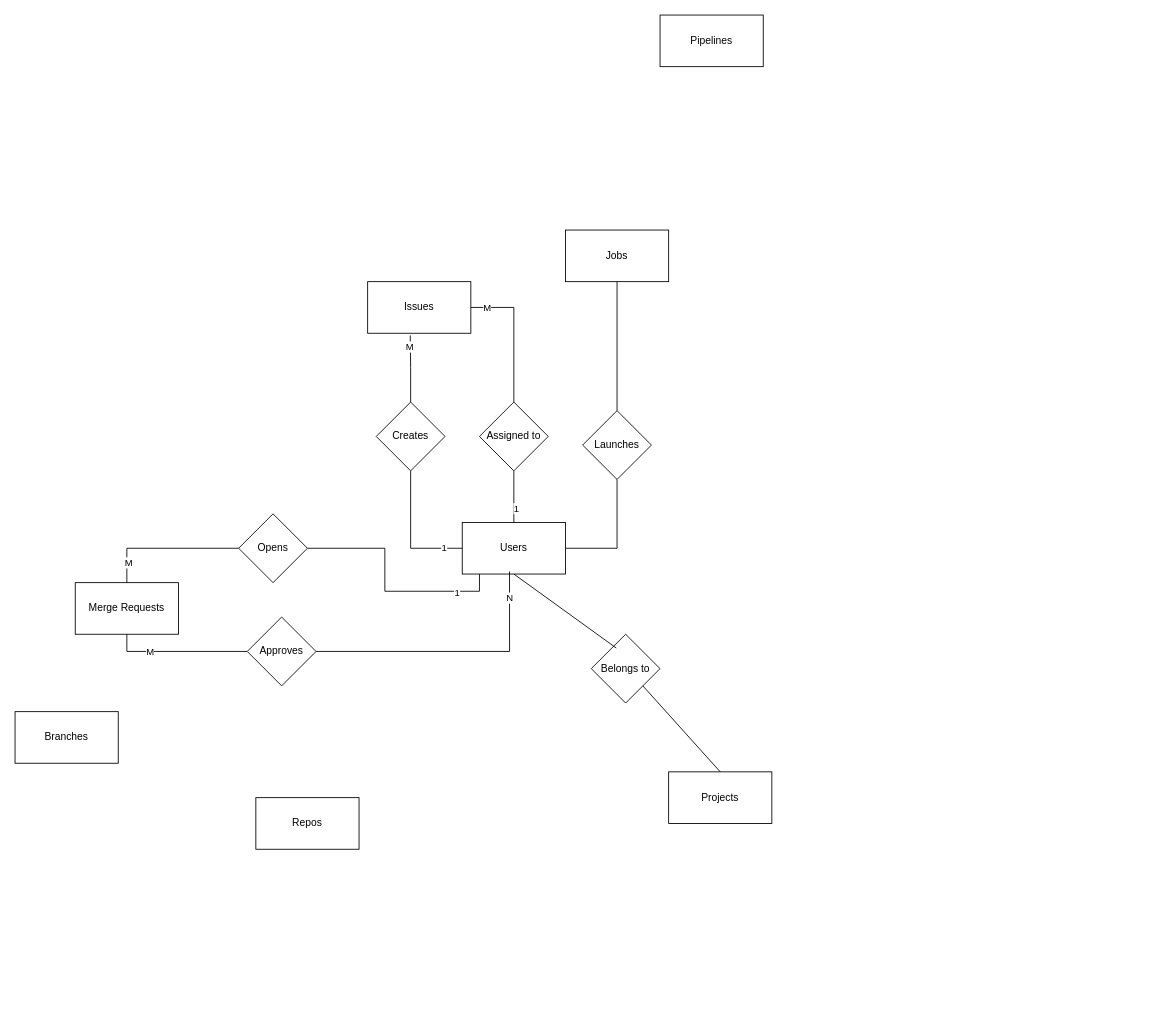
This is git_devops_er_diagram.drawio from briansterle/devops-platform-db, a draw.io file, before an edit. Source tidied: cells renumbered, new cells numbered last; positions are measured from the earlier drawing's top-left corner, leaving out a move shared by most shapes. Both pictures are drawn from the tidied source at 86%, with x=0, y=0 at pixel (15, 15).
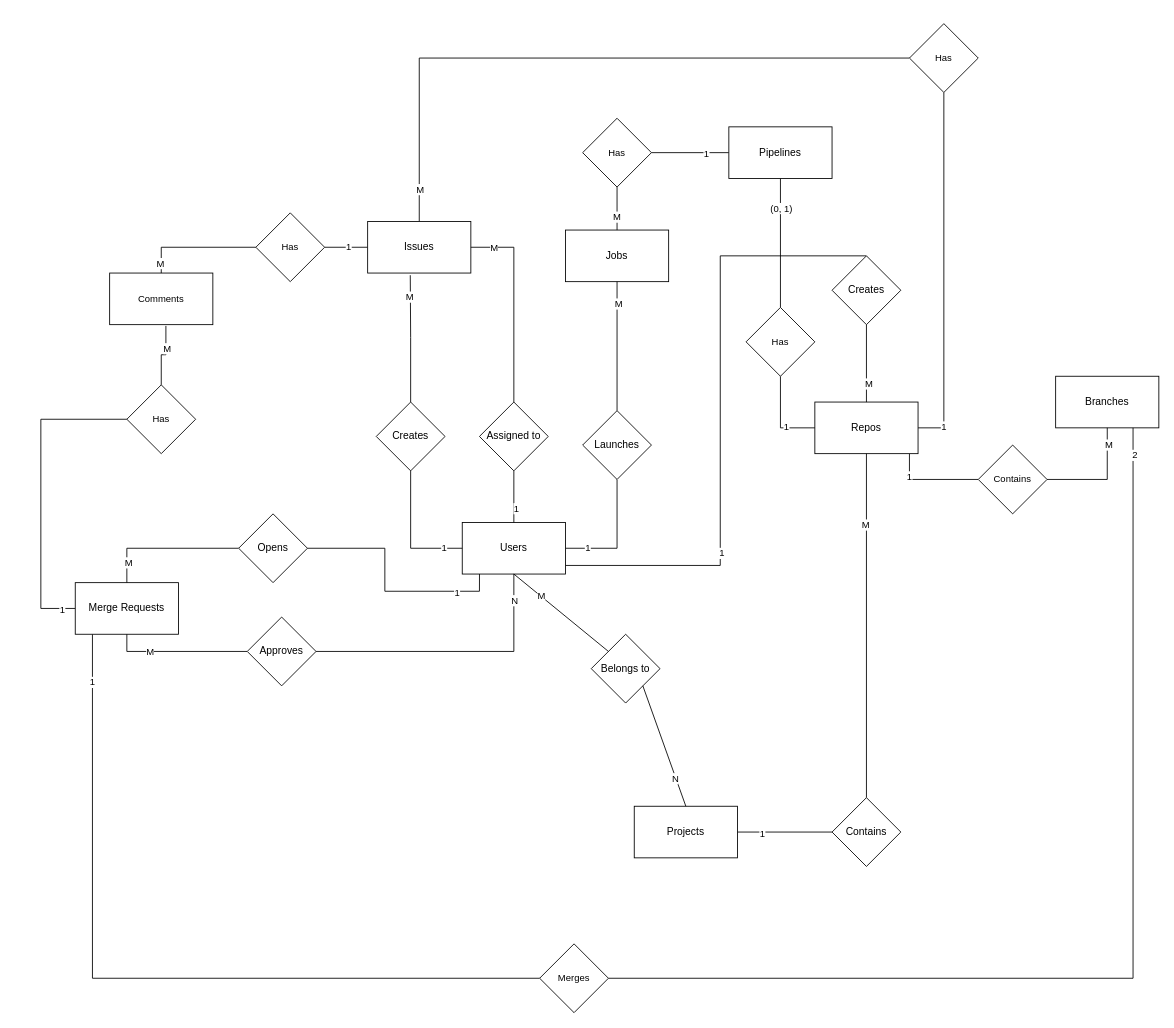
After the change.

Unchanged cells that the change refers to:
```xml
<mxCell id="2" style="edgeStyle=orthogonalEdgeStyle;shape=connector;rounded=0;jettySize=auto;html=1;entryX=0.5;entryY=1;entryDx=0;entryDy=0;strokeColor=default;align=center;verticalAlign=middle;fontFamily=Helvetica;fontSize=11;fontColor=default;labelBackgroundColor=default;endArrow=none;endFill=0;" parent="1" edge="1" source="3" target="15">
  <mxGeometry relative="1" as="geometry" />
</mxCell>
<mxCell id="3" value="Users" style="rounded=0;whiteSpace=wrap;html=1;" parent="1" vertex="1">
  <mxGeometry x="520" y="590" width="120" height="60" as="geometry" />
</mxCell>
<mxCell id="9" value="Merge Requests" style="rounded=0;whiteSpace=wrap;html=1;" parent="1" vertex="1">
  <mxGeometry x="70" y="660" width="120" height="60" as="geometry" />
</mxCell>
<mxCell id="10" value="Jobs" style="rounded=0;whiteSpace=wrap;html=1;" parent="1" vertex="1">
  <mxGeometry x="640" y="250" width="120" height="60" as="geometry" />
</mxCell>
<mxCell id="11" value="Belongs to" style="rhombus;whiteSpace=wrap;html=1;" parent="1" vertex="1">
  <mxGeometry x="670" y="720" width="80" height="80" as="geometry" />
</mxCell>
<mxCell id="13" style="endArrow=none;html=1;rounded=0;entryX=1;entryY=1;entryDx=0;entryDy=0;exitX=0.5;exitY=0;exitDx=0;exitDy=0;" parent="1" edge="1" source="7" target="11">
  <mxGeometry relative="1" as="geometry" />
</mxCell>
<mxCell id="14" style="edgeStyle=orthogonalEdgeStyle;shape=connector;rounded=0;jettySize=auto;html=1;entryX=0.5;entryY=1;entryDx=0;entryDy=0;strokeColor=default;align=center;verticalAlign=middle;fontFamily=Helvetica;fontSize=11;fontColor=default;labelBackgroundColor=default;endArrow=none;endFill=0;" parent="1" edge="1" source="15" target="10">
  <mxGeometry relative="1" as="geometry" />
</mxCell>
<mxCell id="27" value="Approves" style="rhombus;whiteSpace=wrap;html=1;" parent="1" vertex="1">
  <mxGeometry x="270" y="700" width="80" height="80" as="geometry" />
</mxCell>
```

Change to the diagram source:
```diff
@@
+    <mxCell id="36" value="1" style="edgeLabel;html=1;align=center;verticalAlign=middle;fontFamily=Helvetica;fontSize=11;fontColor=default;labelBackgroundColor=default;" parent="2" vertex="1">
+      <mxGeometry x="-0.64" y="1" relative="1" as="geometry" />
+    </mxCell>
+    <mxCell id="37" style="edgeStyle=orthogonalEdgeStyle;shape=connector;rounded=0;jettySize=auto;html=1;entryX=0.5;entryY=0;entryDx=0;entryDy=0;strokeColor=default;align=center;verticalAlign=middle;fontFamily=Helvetica;fontSize=11;fontColor=default;labelBackgroundColor=default;endArrow=none;endFill=0;" parent="1" edge="1" source="3" target="60">
+      <mxGeometry relative="1" as="geometry">
+        <Array as="points">
+          <mxPoint x="820" y="640" />
+        </Array>
+      </mxGeometry>
+    </mxCell>
+    <mxCell id="38" value="1" style="edgeLabel;html=1;align=center;verticalAlign=middle;fontFamily=Helvetica;fontSize=11;fontColor=default;labelBackgroundColor=default;" parent="37" vertex="1">
+      <mxGeometry x="-0.45" y="-1" relative="1" as="geometry" />
+    </mxCell>
@@
+    <mxCell id="39" style="edgeStyle=orthogonalEdgeStyle;shape=connector;rounded=0;jettySize=auto;html=1;entryX=0.5;entryY=1;entryDx=0;entryDy=0;strokeColor=default;align=center;verticalAlign=middle;fontFamily=Helvetica;fontSize=11;fontColor=default;labelBackgroundColor=default;endArrow=none;endFill=0;" parent="1" edge="1" source="4" target="66">
+      <mxGeometry relative="1" as="geometry">
+        <Array as="points">
+          <mxPoint x="1080" y="480" />
+        </Array>
+      </mxGeometry>
+    </mxCell>
+    <mxCell id="40" value="1" style="edgeLabel;html=1;align=center;verticalAlign=middle;fontFamily=Helvetica;fontSize=11;fontColor=default;labelBackgroundColor=default;" parent="39" vertex="1">
+      <mxGeometry x="-0.85" y="1" relative="1" as="geometry" />
+    </mxCell>
+    <mxCell id="41" style="edgeStyle=orthogonalEdgeStyle;shape=connector;rounded=0;jettySize=auto;html=1;entryX=0;entryY=0.5;entryDx=0;entryDy=0;strokeColor=default;align=center;verticalAlign=middle;fontFamily=Helvetica;fontSize=11;fontColor=default;labelBackgroundColor=default;endArrow=none;endFill=0;" parent="1" edge="1" source="4" target="75">
+      <mxGeometry relative="1" as="geometry">
+        <Array as="points">
+          <mxPoint x="1040" y="540" />
+        </Array>
+      </mxGeometry>
+    </mxCell>
+    <mxCell id="42" value="1" style="edgeLabel;html=1;align=center;verticalAlign=middle;fontFamily=Helvetica;fontSize=11;fontColor=default;labelBackgroundColor=default;" parent="41" vertex="1">
+      <mxGeometry x="-0.52" y="-1" relative="1" as="geometry" />
+    </mxCell>
     <mxCell id="4" value="Repos" style="rounded=0;whiteSpace=wrap;html=1;" parent="1" vertex="1">
-      <mxGeometry x="280" y="910" width="120" height="60" as="geometry" />
+      <mxGeometry x="930" y="450" width="120" height="60" as="geometry" />
     </mxCell>
+    <mxCell id="43" style="edgeStyle=orthogonalEdgeStyle;shape=connector;rounded=0;jettySize=auto;html=1;entryX=0;entryY=0.5;entryDx=0;entryDy=0;strokeColor=default;align=center;verticalAlign=middle;fontFamily=Helvetica;fontSize=11;fontColor=default;labelBackgroundColor=default;endArrow=none;endFill=0;" parent="1" edge="1" source="5" target="66">
+      <mxGeometry relative="1" as="geometry">
+        <Array as="points">
+          <mxPoint x="470" y="50" />
+        </Array>
+      </mxGeometry>
+    </mxCell>
+    <mxCell id="44" value="M" style="edgeLabel;html=1;align=center;verticalAlign=middle;fontFamily=Helvetica;fontSize=11;fontColor=default;labelBackgroundColor=default;" parent="43" vertex="1">
+      <mxGeometry x="-0.9" relative="1" as="geometry" />
+    </mxCell>
+    <mxCell id="45" style="edgeStyle=orthogonalEdgeStyle;shape=connector;rounded=0;jettySize=auto;html=1;entryX=1;entryY=0.5;entryDx=0;entryDy=0;strokeColor=default;align=center;verticalAlign=middle;fontFamily=Helvetica;fontSize=11;fontColor=default;labelBackgroundColor=default;endArrow=none;endFill=0;" parent="1" edge="1" source="5" target="79">
+      <mxGeometry relative="1" as="geometry" />
+    </mxCell>
+    <mxCell id="46" value="1" style="edgeLabel;html=1;align=center;verticalAlign=middle;fontFamily=Helvetica;fontSize=11;fontColor=default;labelBackgroundColor=default;" parent="45" vertex="1">
+      <mxGeometry x="-0.08" y="-1" relative="1" as="geometry" />
+    </mxCell>
     <mxCell id="5" value="Issues" style="rounded=0;whiteSpace=wrap;html=1;" parent="1" vertex="1">
-      <mxGeometry x="410" y="310" width="120" height="60" as="geometry" />
+      <mxGeometry x="410" y="240" width="120" height="60" as="geometry" />
     </mxCell>
+    <mxCell id="47" style="edgeStyle=orthogonalEdgeStyle;shape=connector;rounded=0;jettySize=auto;html=1;entryX=0.5;entryY=0;entryDx=0;entryDy=0;strokeColor=default;align=center;verticalAlign=middle;fontFamily=Helvetica;fontSize=11;fontColor=default;labelBackgroundColor=default;endArrow=none;endFill=0;" parent="1" edge="1" source="6" target="72">
+      <mxGeometry relative="1" as="geometry" />
+    </mxCell>
+    <mxCell id="48" value="(0, 1)" style="edgeLabel;html=1;align=center;verticalAlign=middle;fontFamily=Helvetica;fontSize=11;fontColor=default;labelBackgroundColor=default;" parent="47" vertex="1">
+      <mxGeometry x="-0.55" relative="1" as="geometry" />
+    </mxCell>
+    <mxCell id="49" style="edgeStyle=orthogonalEdgeStyle;shape=connector;rounded=0;jettySize=auto;html=1;entryX=1;entryY=0.5;entryDx=0;entryDy=0;strokeColor=default;align=center;verticalAlign=middle;fontFamily=Helvetica;fontSize=11;fontColor=default;labelBackgroundColor=default;endArrow=none;endFill=0;" parent="1" edge="1" source="6" target="69">
+      <mxGeometry relative="1" as="geometry" />
+    </mxCell>
+    <mxCell id="50" value="1" style="edgeLabel;html=1;align=center;verticalAlign=middle;fontFamily=Helvetica;fontSize=11;fontColor=default;labelBackgroundColor=default;" parent="49" vertex="1">
+      <mxGeometry x="-0.4" y="1" relative="1" as="geometry" />
+    </mxCell>
     <mxCell id="6" value="Pipelines" style="rounded=0;whiteSpace=wrap;html=1;" parent="1" vertex="1">
-      <mxGeometry x="750" width="120" height="60" as="geometry" />
+      <mxGeometry x="830" y="130" width="120" height="60" as="geometry" />
     </mxCell>
+    <mxCell id="51" style="edgeStyle=orthogonalEdgeStyle;shape=connector;rounded=0;jettySize=auto;html=1;entryX=0;entryY=0.5;entryDx=0;entryDy=0;strokeColor=default;align=center;verticalAlign=middle;fontFamily=Helvetica;fontSize=11;fontColor=default;labelBackgroundColor=default;endArrow=none;endFill=0;" parent="1" edge="1" source="7" target="63">
+      <mxGeometry relative="1" as="geometry" />
+    </mxCell>
+    <mxCell id="52" value="1" style="edgeLabel;html=1;align=center;verticalAlign=middle;fontFamily=Helvetica;fontSize=11;fontColor=default;labelBackgroundColor=default;" parent="51" vertex="1">
+      <mxGeometry x="-0.5" y="-1" relative="1" as="geometry" />
+    </mxCell>
     <mxCell id="7" value="Projects" style="rounded=0;whiteSpace=wrap;html=1;" parent="1" vertex="1">
-      <mxGeometry x="760" y="880" width="120" height="60" as="geometry" />
+      <mxGeometry x="720" y="920" width="120" height="60" as="geometry" />
     </mxCell>
     <mxCell id="8" value="Branches" style="rounded=0;whiteSpace=wrap;html=1;" parent="1" vertex="1">
-      <mxGeometry y="810" width="120" height="60" as="geometry" />
+      <mxGeometry x="1210" y="420" width="120" height="60" as="geometry" />
     </mxCell>
+    <mxCell id="53" style="edgeStyle=orthogonalEdgeStyle;shape=connector;rounded=0;jettySize=auto;html=1;entryX=0;entryY=0.5;entryDx=0;entryDy=0;strokeColor=default;align=center;verticalAlign=middle;fontFamily=Helvetica;fontSize=11;fontColor=default;labelBackgroundColor=default;endArrow=none;endFill=0;" parent="1" edge="1" source="9" target="80">
+      <mxGeometry relative="1" as="geometry">
+        <Array as="points">
+          <mxPoint x="30" y="690" />
+          <mxPoint x="30" y="470" />
+        </Array>
+      </mxGeometry>
+    </mxCell>
+    <mxCell id="54" value="1" style="edgeLabel;html=1;align=center;verticalAlign=middle;fontFamily=Helvetica;fontSize=11;fontColor=default;labelBackgroundColor=default;" parent="53" vertex="1">
+      <mxGeometry x="-0.91" y="1" relative="1" as="geometry" />
+    </mxCell>
+    <mxCell id="55" style="edgeStyle=orthogonalEdgeStyle;shape=connector;rounded=0;jettySize=auto;html=1;entryX=0;entryY=0.5;entryDx=0;entryDy=0;strokeColor=default;align=center;verticalAlign=middle;fontFamily=Helvetica;fontSize=11;fontColor=default;labelBackgroundColor=default;endArrow=none;endFill=0;" parent="1" edge="1" source="9" target="85">
+      <mxGeometry relative="1" as="geometry">
+        <Array as="points">
+          <mxPoint x="90" y="1120" />
+        </Array>
+      </mxGeometry>
+    </mxCell>
+    <mxCell id="56" value="1" style="edgeLabel;html=1;align=center;verticalAlign=middle;fontFamily=Helvetica;fontSize=11;fontColor=default;labelBackgroundColor=default;" parent="55" vertex="1">
+      <mxGeometry x="-0.88" y="-1" relative="1" as="geometry" />
+    </mxCell>
@@
-    <mxCell id="12" style="endArrow=none;html=1;rounded=0;entryX=0.5;entryY=1;entryDx=0;entryDy=0;exitX=0.363;exitY=0.2;exitDx=0;exitDy=0;exitPerimeter=0;" parent="1" edge="1" source="11" target="3">
+    <mxCell id="12" style="endArrow=none;html=1;rounded=0;entryX=0.5;entryY=1;entryDx=0;entryDy=0;exitX=0;exitY=0;exitDx=0;exitDy=0;" parent="1" edge="1" source="11" target="3">
       <mxGeometry relative="1" as="geometry" />
     </mxCell>
+    <mxCell id="57" value="M" style="edgeLabel;html=1;align=center;verticalAlign=middle;fontFamily=Helvetica;fontSize=11;fontColor=default;labelBackgroundColor=default;" parent="12" vertex="1">
+      <mxGeometry x="0.43" y="-1" relative="1" as="geometry" />
+    </mxCell>
@@
+    <mxCell id="58" value="N" style="edgeLabel;html=1;align=center;verticalAlign=middle;fontFamily=Helvetica;fontSize=11;fontColor=default;labelBackgroundColor=default;" parent="13" vertex="1">
+      <mxGeometry x="-0.53" y="1" relative="1" as="geometry" />
+    </mxCell>
@@
+    <mxCell id="59" value="M" style="edgeLabel;html=1;align=center;verticalAlign=middle;fontFamily=Helvetica;fontSize=11;fontColor=default;labelBackgroundColor=default;" parent="14" vertex="1">
+      <mxGeometry x="0.67" y="-1" relative="1" as="geometry" />
+    </mxCell>
@@
-    <mxCell id="32" style="edgeStyle=orthogonalEdgeStyle;shape=connector;rounded=0;jettySize=auto;html=1;entryX=0.458;entryY=0.95;entryDx=0;entryDy=0;entryPerimeter=0;strokeColor=default;align=center;verticalAlign=middle;fontFamily=Helvetica;fontSize=11;fontColor=default;labelBackgroundColor=default;endArrow=none;endFill=0;" parent="1" edge="1" source="27" target="3">
+    <mxCell id="32" style="edgeStyle=orthogonalEdgeStyle;shape=connector;rounded=0;jettySize=auto;html=1;strokeColor=default;align=center;verticalAlign=middle;fontFamily=Helvetica;fontSize=11;fontColor=default;labelBackgroundColor=default;endArrow=none;endFill=0;entryX=0.5;entryY=1;entryDx=0;entryDy=0;" parent="1" edge="1" source="27" target="3">
       <mxGeometry relative="1" as="geometry" />
     </mxCell>
@@
+    <mxCell id="60" value="Creates" style="rhombus;whiteSpace=wrap;html=1;" parent="1" vertex="1">
+      <mxGeometry x="950" y="280" width="80" height="80" as="geometry" />
+    </mxCell>
+    <mxCell id="61" style="edgeStyle=orthogonalEdgeStyle;shape=connector;rounded=0;jettySize=auto;html=1;entryX=0.5;entryY=1;entryDx=0;entryDy=0;strokeColor=default;align=center;verticalAlign=middle;fontFamily=Helvetica;fontSize=11;fontColor=default;labelBackgroundColor=default;endArrow=none;endFill=0;" parent="1" edge="1" source="63" target="4">
+      <mxGeometry relative="1" as="geometry" />
+    </mxCell>
+    <mxCell id="62" value="M" style="edgeLabel;html=1;align=center;verticalAlign=middle;fontFamily=Helvetica;fontSize=11;fontColor=default;labelBackgroundColor=default;" parent="61" vertex="1">
+      <mxGeometry x="0.59" y="2" relative="1" as="geometry" />
+    </mxCell>
+    <mxCell id="63" value="Contains" style="rhombus;whiteSpace=wrap;html=1;" parent="1" vertex="1">
+      <mxGeometry x="950" y="910" width="80" height="80" as="geometry" />
+    </mxCell>
+    <mxCell id="64" style="edgeStyle=orthogonalEdgeStyle;shape=connector;rounded=0;jettySize=auto;html=1;exitX=0.5;exitY=1;exitDx=0;exitDy=0;strokeColor=default;align=center;verticalAlign=middle;fontFamily=Helvetica;fontSize=11;fontColor=default;labelBackgroundColor=default;endArrow=none;endFill=0;entryX=0.5;entryY=0;entryDx=0;entryDy=0;" parent="1" edge="1" source="60" target="4">
+      <mxGeometry relative="1" as="geometry" />
+    </mxCell>
+    <mxCell id="65" value="M" style="edgeLabel;html=1;align=center;verticalAlign=middle;fontFamily=Helvetica;fontSize=11;fontColor=default;labelBackgroundColor=default;" parent="64" vertex="1">
+      <mxGeometry x="0.5" y="2" relative="1" as="geometry" />
+    </mxCell>
+    <mxCell id="66" value="Has" style="rhombus;whiteSpace=wrap;html=1;fontFamily=Helvetica;fontSize=11;fontColor=default;labelBackgroundColor=default;" parent="1" vertex="1">
+      <mxGeometry x="1040" y="10" width="80" height="80" as="geometry" />
+    </mxCell>
+    <mxCell id="67" style="edgeStyle=orthogonalEdgeStyle;shape=connector;rounded=0;jettySize=auto;html=1;entryX=0.5;entryY=0;entryDx=0;entryDy=0;strokeColor=default;align=center;verticalAlign=middle;fontFamily=Helvetica;fontSize=11;fontColor=default;labelBackgroundColor=default;endArrow=none;endFill=0;" parent="1" edge="1" source="69" target="10">
+      <mxGeometry relative="1" as="geometry" />
+    </mxCell>
+    <mxCell id="68" value="M" style="edgeLabel;html=1;align=center;verticalAlign=middle;fontFamily=Helvetica;fontSize=11;fontColor=default;labelBackgroundColor=default;" parent="67" vertex="1">
+      <mxGeometry x="0.34" y="-1" relative="1" as="geometry" />
+    </mxCell>
+    <mxCell id="69" value="Has" style="rhombus;whiteSpace=wrap;html=1;fontFamily=Helvetica;fontSize=11;fontColor=default;labelBackgroundColor=default;" parent="1" vertex="1">
+      <mxGeometry x="660" y="120" width="80" height="80" as="geometry" />
+    </mxCell>
+    <mxCell id="70" style="edgeStyle=orthogonalEdgeStyle;shape=connector;rounded=0;jettySize=auto;html=1;entryX=0;entryY=0.5;entryDx=0;entryDy=0;strokeColor=default;align=center;verticalAlign=middle;fontFamily=Helvetica;fontSize=11;fontColor=default;labelBackgroundColor=default;endArrow=none;endFill=0;" parent="1" edge="1" source="72" target="4">
+      <mxGeometry relative="1" as="geometry" />
+    </mxCell>
+    <mxCell id="71" value="1" style="edgeLabel;html=1;align=center;verticalAlign=middle;fontFamily=Helvetica;fontSize=11;fontColor=default;labelBackgroundColor=default;" parent="70" vertex="1">
+      <mxGeometry x="0.32" y="2" relative="1" as="geometry" />
+    </mxCell>
+    <mxCell id="72" value="Has" style="rhombus;whiteSpace=wrap;html=1;fontFamily=Helvetica;fontSize=11;fontColor=default;labelBackgroundColor=default;" parent="1" vertex="1">
+      <mxGeometry x="850" y="340" width="80" height="80" as="geometry" />
+    </mxCell>
+    <mxCell id="73" style="edgeStyle=orthogonalEdgeStyle;shape=connector;rounded=0;jettySize=auto;html=1;entryX=0.5;entryY=1;entryDx=0;entryDy=0;strokeColor=default;align=center;verticalAlign=middle;fontFamily=Helvetica;fontSize=11;fontColor=default;labelBackgroundColor=default;endArrow=none;endFill=0;" parent="1" edge="1" source="75" target="8">
+      <mxGeometry relative="1" as="geometry" />
+    </mxCell>
+    <mxCell id="74" value="M" style="edgeLabel;html=1;align=center;verticalAlign=middle;fontFamily=Helvetica;fontSize=11;fontColor=default;labelBackgroundColor=default;" parent="73" vertex="1">
+      <mxGeometry x="0.71" y="-1" relative="1" as="geometry" />
+    </mxCell>
+    <mxCell id="75" value="Contains" style="rhombus;whiteSpace=wrap;html=1;fontFamily=Helvetica;fontSize=11;fontColor=default;labelBackgroundColor=default;" parent="1" vertex="1">
+      <mxGeometry x="1120" y="500" width="80" height="80" as="geometry" />
+    </mxCell>
+    <mxCell id="76" value="Comments" style="rounded=0;whiteSpace=wrap;html=1;fontFamily=Helvetica;fontSize=11;fontColor=default;labelBackgroundColor=default;" parent="1" vertex="1">
+      <mxGeometry x="110" y="300" width="120" height="60" as="geometry" />
+    </mxCell>
+    <mxCell id="77" style="edgeStyle=orthogonalEdgeStyle;shape=connector;rounded=0;jettySize=auto;html=1;entryX=0.5;entryY=0;entryDx=0;entryDy=0;strokeColor=default;align=center;verticalAlign=middle;fontFamily=Helvetica;fontSize=11;fontColor=default;labelBackgroundColor=default;endArrow=none;endFill=0;" parent="1" edge="1" source="79" target="76">
+      <mxGeometry relative="1" as="geometry" />
+    </mxCell>
+    <mxCell id="78" value="M" style="edgeLabel;html=1;align=center;verticalAlign=middle;fontFamily=Helvetica;fontSize=11;fontColor=default;labelBackgroundColor=default;" parent="77" vertex="1">
+      <mxGeometry x="0.83" y="-2" relative="1" as="geometry" />
+    </mxCell>
+    <mxCell id="79" value="Has" style="rhombus;whiteSpace=wrap;html=1;fontFamily=Helvetica;fontSize=11;fontColor=default;labelBackgroundColor=default;" parent="1" vertex="1">
+      <mxGeometry x="280" y="230" width="80" height="80" as="geometry" />
+    </mxCell>
+    <mxCell id="80" value="Has" style="rhombus;whiteSpace=wrap;html=1;fontFamily=Helvetica;fontSize=11;fontColor=default;labelBackgroundColor=default;" parent="1" vertex="1">
+      <mxGeometry x="130" y="430" width="80" height="80" as="geometry" />
+    </mxCell>
+    <mxCell id="81" style="edgeStyle=orthogonalEdgeStyle;shape=connector;rounded=0;jettySize=auto;html=1;entryX=0.545;entryY=1.024;entryDx=0;entryDy=0;entryPerimeter=0;strokeColor=default;align=center;verticalAlign=middle;fontFamily=Helvetica;fontSize=11;fontColor=default;labelBackgroundColor=default;endArrow=none;endFill=0;" parent="1" edge="1" source="80" target="76">
+      <mxGeometry relative="1" as="geometry" />
+    </mxCell>
+    <mxCell id="82" value="M" style="edgeLabel;html=1;align=center;verticalAlign=middle;fontFamily=Helvetica;fontSize=11;fontColor=default;labelBackgroundColor=default;" parent="81" vertex="1">
+      <mxGeometry x="0.3" y="-1" relative="1" as="geometry" />
+    </mxCell>
+    <mxCell id="83" style="edgeStyle=orthogonalEdgeStyle;shape=connector;rounded=0;jettySize=auto;html=1;entryX=0.75;entryY=1;entryDx=0;entryDy=0;strokeColor=default;align=center;verticalAlign=middle;fontFamily=Helvetica;fontSize=11;fontColor=default;labelBackgroundColor=default;endArrow=none;endFill=0;" parent="1" edge="1" source="85" target="8">
+      <mxGeometry relative="1" as="geometry" />
+    </mxCell>
+    <mxCell id="84" value="2" style="edgeLabel;html=1;align=center;verticalAlign=middle;fontFamily=Helvetica;fontSize=11;fontColor=default;labelBackgroundColor=default;" parent="83" vertex="1">
+      <mxGeometry x="0.95" y="-1" relative="1" as="geometry" />
+    </mxCell>
+    <mxCell id="85" value="Merges" style="rhombus;whiteSpace=wrap;html=1;fontFamily=Helvetica;fontSize=11;fontColor=default;labelBackgroundColor=default;" parent="1" vertex="1">
+      <mxGeometry x="610" y="1080" width="80" height="80" as="geometry" />
+    </mxCell>
```
